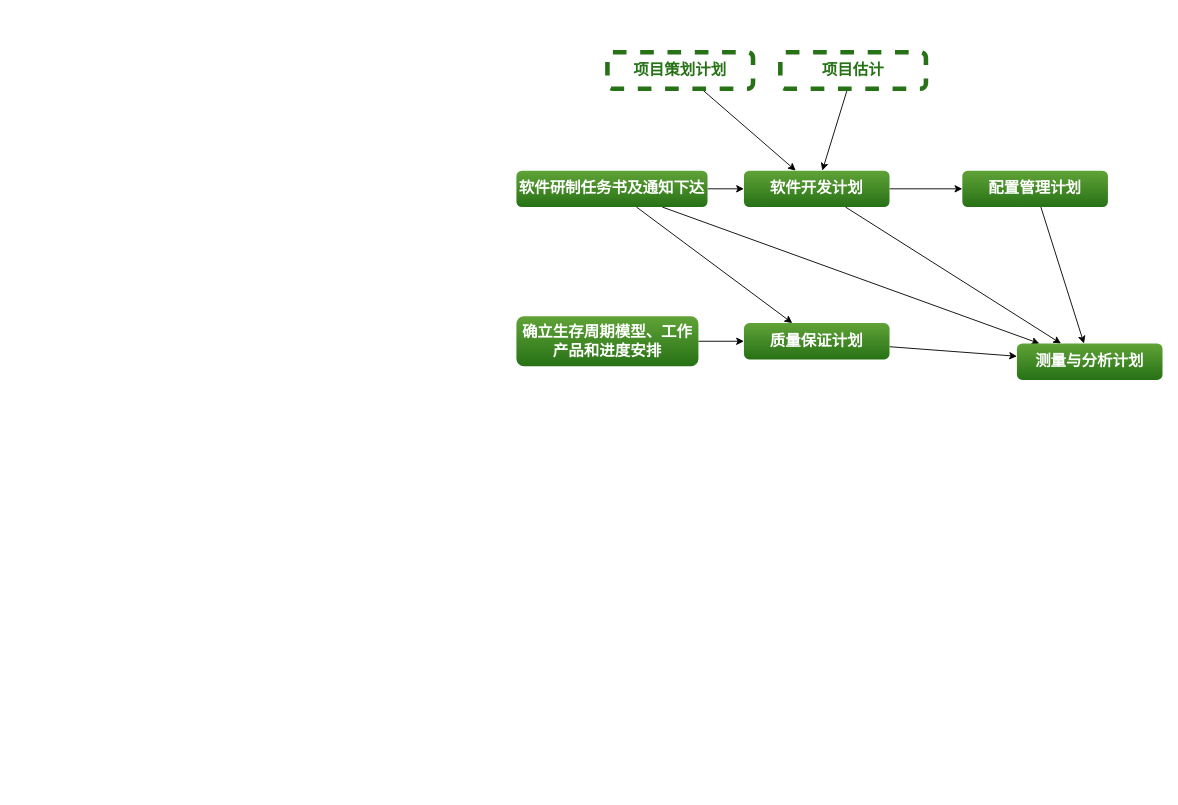
The draw.io diagram 国军标5000A2级管理文档编制流程梳理.drawio in ColonelDarcy2018/excelsior, before the edit. Source tidied: cells renumbered, new cells numbered last; positions are measured from the earlier drawing's top-left corner, leaving out a move shared by most shapes. Both pictures are drawn from the tidied source at 91%, with x=0, y=0 at pixel (516, 52).
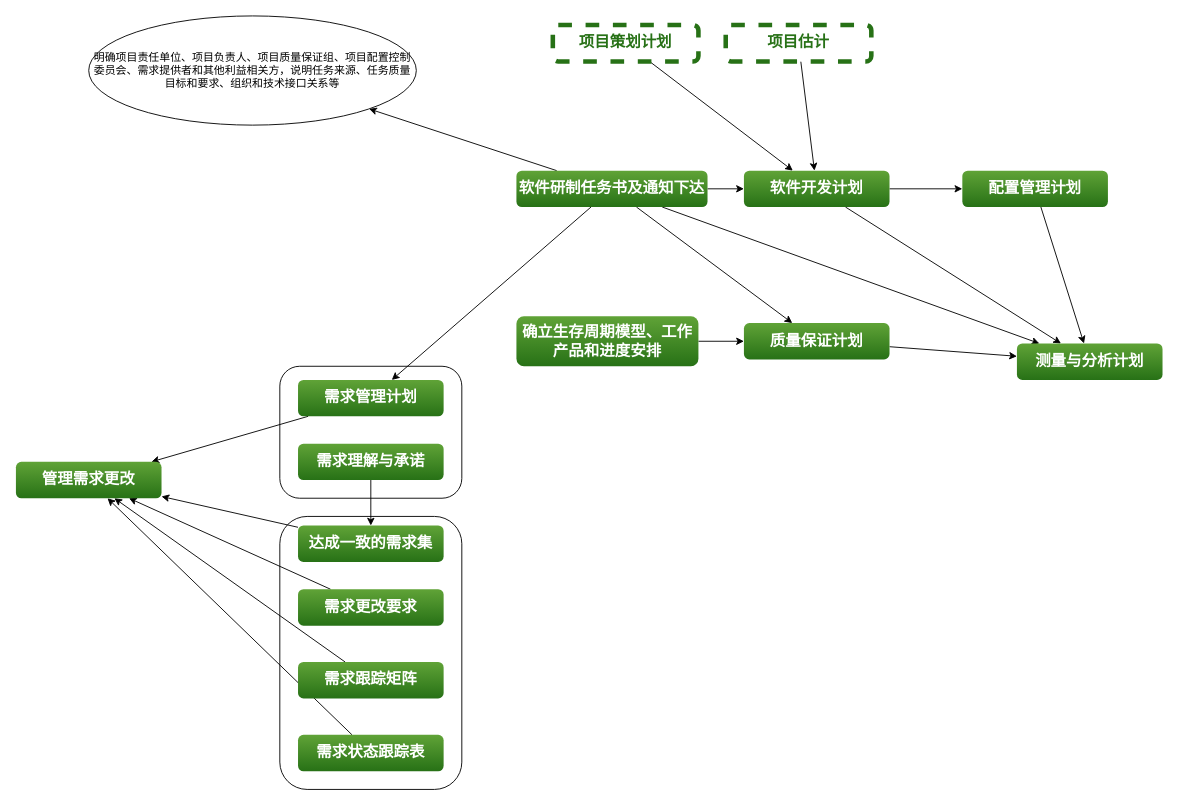
The same diagram, later.

Commit message:
Update 国军标5000A2级管理文档编制流程梳理.drawio

The change refers to these unchanged cells:
```xml
<mxCell id="14" value="&lt;font color=&quot;#ffffff&quot; style=&quot;font-size: 17px&quot;&gt;软件研制任务书及通知下达&lt;/font&gt;" style="rounded=1;whiteSpace=wrap;html=1;gradientColor=#277116;fillColor=#60A337;fontSize=17;strokeColor=none;fontStyle=1;" parent="1" vertex="1">
  <mxGeometry y="130" width="210" height="40" as="geometry" />
</mxCell>
```

The edit, as a diff of the source:
```diff
@@
+    <mxCell id="20" style="rounded=1;whiteSpace=wrap;html=1;" parent="1" vertex="1">
+      <mxGeometry x="-260" y="345" width="200" height="145" as="geometry" />
+    </mxCell>
+    <mxCell id="21" style="rounded=1;whiteSpace=wrap;html=1;" parent="1" vertex="1">
+      <mxGeometry x="-260" y="510" width="200" height="300" as="geometry" />
+    </mxCell>
@@
+    <mxCell id="22" style="rounded=0;jettySize=auto;html=1;" parent="1" edge="1" source="14" target="25">
+      <mxGeometry relative="1" as="geometry" />
+    </mxCell>
+    <mxCell id="23" style="edgeStyle=none;rounded=0;jettySize=auto;html=1;" parent="1" edge="1" source="14" target="26">
+      <mxGeometry relative="1" as="geometry" />
+    </mxCell>
@@
     <mxCell id="16" value="&lt;font color=&quot;#277116&quot;&gt;项目策划计划&lt;/font&gt;" style="rounded=1;whiteSpace=wrap;html=1;fontSize=17;fontStyle=1;strokeWidth=5;dashed=1;strokeColor=#277116;" parent="1" vertex="1">
-      <mxGeometry x="100" width="160" height="40" as="geometry" />
+      <mxGeometry x="40" y="-30" width="160" height="40" as="geometry" />
     </mxCell>
@@
     <mxCell id="18" value="&lt;font color=&quot;#277116&quot;&gt;项目估计&lt;/font&gt;" style="rounded=1;whiteSpace=wrap;html=1;fontSize=17;fontStyle=1;strokeWidth=5;dashed=1;strokeColor=#277116;" parent="1" vertex="1">
-      <mxGeometry x="290" width="160" height="40" as="geometry" />
+      <mxGeometry x="230" y="-30" width="160" height="40" as="geometry" />
     </mxCell>
@@
+    <mxCell id="24" style="edgeStyle=none;rounded=0;jettySize=auto;html=1;" parent="1" edge="1" source="25" target="37">
+      <mxGeometry relative="1" as="geometry" />
+    </mxCell>
+    <mxCell id="25" value="&lt;font color=&quot;#ffffff&quot; style=&quot;font-size: 17px&quot;&gt;需求管理计划&lt;/font&gt;" style="rounded=1;whiteSpace=wrap;html=1;gradientColor=#277116;fillColor=#60A337;fontSize=17;strokeColor=none;fontStyle=1;" parent="1" vertex="1">
+      <mxGeometry x="-240" y="360" width="160" height="40" as="geometry" />
+    </mxCell>
+    <mxCell id="26" value="明确项目责任单位、项目负责人、项目质量保证组、项目配置控制委员会、需求提供者和其他利益相关方，说明任务来源、任务质量目标和要求、组织和技术接口关系等" style="ellipse;whiteSpace=wrap;html=1;" parent="1" vertex="1">
+      <mxGeometry x="-470" y="-40" width="360" height="120" as="geometry" />
+    </mxCell>
+    <mxCell id="27" style="edgeStyle=none;rounded=0;jettySize=auto;html=1;" parent="1" edge="1" source="28" target="30">
+      <mxGeometry relative="1" as="geometry" />
+    </mxCell>
+    <mxCell id="28" value="&lt;font color=&quot;#ffffff&quot; style=&quot;font-size: 17px&quot;&gt;需求理解与承诺&lt;/font&gt;" style="rounded=1;whiteSpace=wrap;html=1;gradientColor=#277116;fillColor=#60A337;fontSize=17;strokeColor=none;fontStyle=1;" parent="1" vertex="1">
+      <mxGeometry x="-240" y="430" width="160" height="40" as="geometry" />
+    </mxCell>
+    <mxCell id="29" style="edgeStyle=none;rounded=0;jettySize=auto;html=1;" parent="1" edge="1" source="30" target="37">
+      <mxGeometry relative="1" as="geometry" />
+    </mxCell>
+    <mxCell id="30" value="&lt;font color=&quot;#ffffff&quot; style=&quot;font-size: 17px&quot;&gt;达成一致的需求集&lt;/font&gt;" style="rounded=1;whiteSpace=wrap;html=1;gradientColor=#277116;fillColor=#60A337;fontSize=17;strokeColor=none;fontStyle=1;" parent="1" vertex="1">
+      <mxGeometry x="-240" y="520" width="160" height="40" as="geometry" />
+    </mxCell>
+    <mxCell id="31" style="edgeStyle=none;rounded=0;jettySize=auto;html=1;" parent="1" edge="1" source="32" target="37">
+      <mxGeometry relative="1" as="geometry" />
+    </mxCell>
+    <mxCell id="32" value="&lt;font color=&quot;#ffffff&quot; style=&quot;font-size: 17px&quot;&gt;需求更改要求&lt;/font&gt;" style="rounded=1;whiteSpace=wrap;html=1;gradientColor=#277116;fillColor=#60A337;fontSize=17;strokeColor=none;fontStyle=1;" parent="1" vertex="1">
+      <mxGeometry x="-240" y="590" width="160" height="40" as="geometry" />
+    </mxCell>
+    <mxCell id="33" style="edgeStyle=none;rounded=0;jettySize=auto;html=1;" parent="1" edge="1" source="34" target="37">
+      <mxGeometry relative="1" as="geometry" />
+    </mxCell>
+    <mxCell id="34" value="&lt;font color=&quot;#ffffff&quot; style=&quot;font-size: 17px&quot;&gt;需求状态跟踪表&lt;/font&gt;" style="rounded=1;whiteSpace=wrap;html=1;gradientColor=#277116;fillColor=#60A337;fontSize=17;strokeColor=none;fontStyle=1;" parent="1" vertex="1">
+      <mxGeometry x="-240" y="750" width="160" height="40" as="geometry" />
+    </mxCell>
+    <mxCell id="35" style="edgeStyle=none;rounded=0;jettySize=auto;html=1;" parent="1" edge="1" source="36" target="37">
+      <mxGeometry relative="1" as="geometry" />
+    </mxCell>
+    <mxCell id="36" value="&lt;font color=&quot;#ffffff&quot; style=&quot;font-size: 17px&quot;&gt;需求跟踪矩阵&lt;/font&gt;" style="rounded=1;whiteSpace=wrap;html=1;gradientColor=#277116;fillColor=#60A337;fontSize=17;strokeColor=none;fontStyle=1;" parent="1" vertex="1">
+      <mxGeometry x="-240" y="670" width="160" height="40" as="geometry" />
+    </mxCell>
+    <mxCell id="37" value="&lt;font color=&quot;#ffffff&quot; style=&quot;font-size: 17px&quot;&gt;管理需求更改&lt;/font&gt;" style="rounded=1;whiteSpace=wrap;html=1;gradientColor=#277116;fillColor=#60A337;fontSize=17;strokeColor=none;fontStyle=1;" parent="1" vertex="1">
+      <mxGeometry x="-550" y="450" width="160" height="40" as="geometry" />
+    </mxCell>
```
